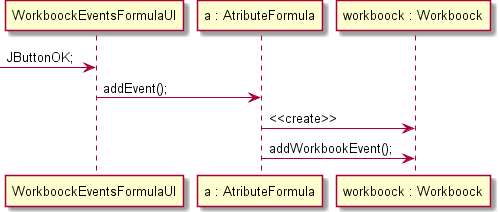
Above: src/csheets/userstories/us050/doc-files/us050_design1.png in BeatrizSeabra/Project_Excel_Java (PlantUML), before the change.
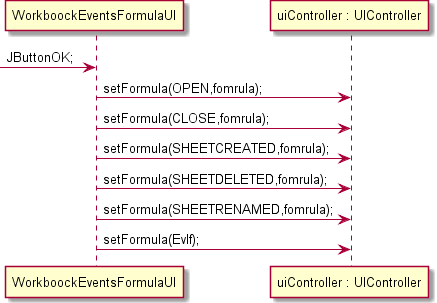
After the commit.

Change to the diagram source:
```diff
@@ -1,9 +1,11 @@
 @startuml doc-files/us050_design1.png
 participant "WorkboockEventsFormulaUI" as WB
-participant "a : AtributeFormula" as AF
-participant "workboock : Workboock" as WK
+participant "uiController : UIController" as UI
 -> WB : JButtonOK;
-WB -> AF : addEvent();
-AF -> WK : <<create>>
-AF -> WK : addWorkbookEvent();
+WB -> UI : setFormula(OPEN,fomrula);
+WB -> UI : setFormula(CLOSE,fomrula);
+WB -> UI : setFormula(SHEETCREATED,fomrula);
+WB -> UI : setFormula(SHEETDELETED,fomrula);
+WB -> UI : setFormula(SHEETRENAMED,fomrula);
+WB -> UI : setFormula(Evlf);
 @enduml
```
